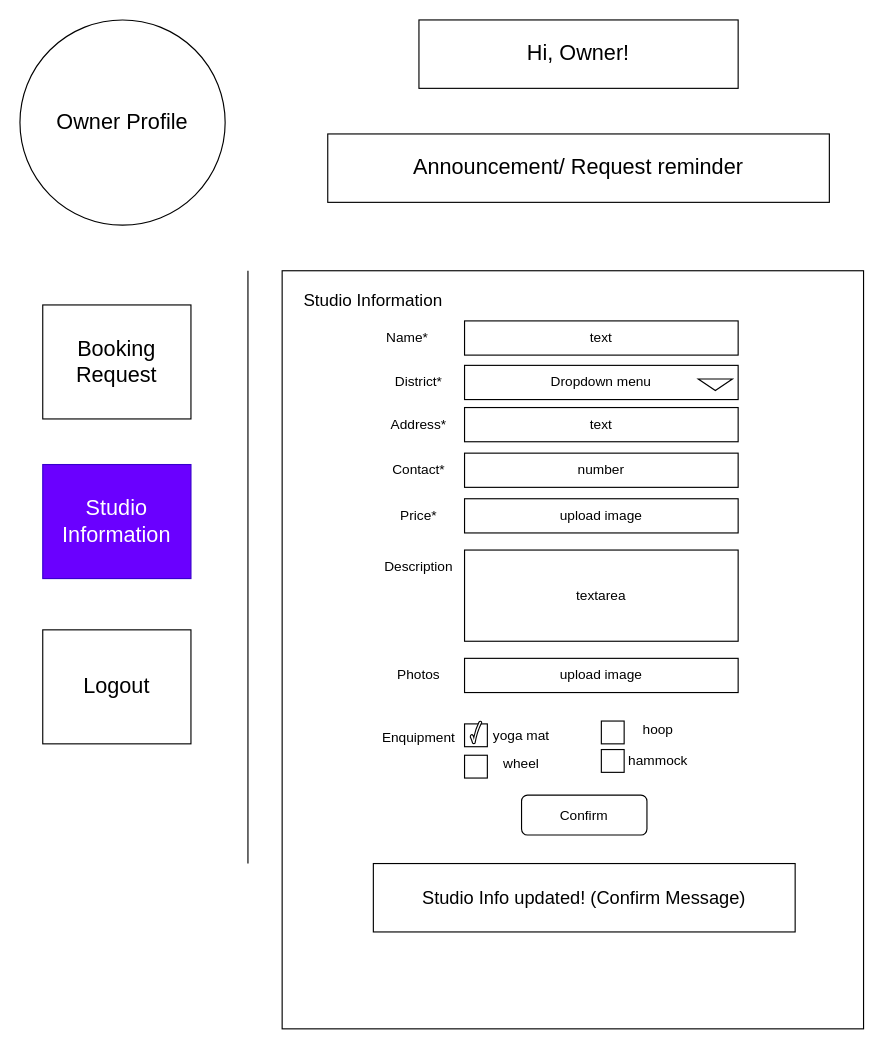
Spike-forward/hk-sma-m4-project-23-04 keeps this draw.io diagram as page "Studio Owner Panel (Studio Info)" (5 of 7) of wireframe.drawio. Above is the earlier version. Source tidied: cells renumbered, new cells numbered last; positions are measured from the earlier drawing's top-left corner, leaving out a move shared by most shapes. Both pictures are drawn from the tidied source at 114%, with x=0, y=0 at pixel (19, 19).
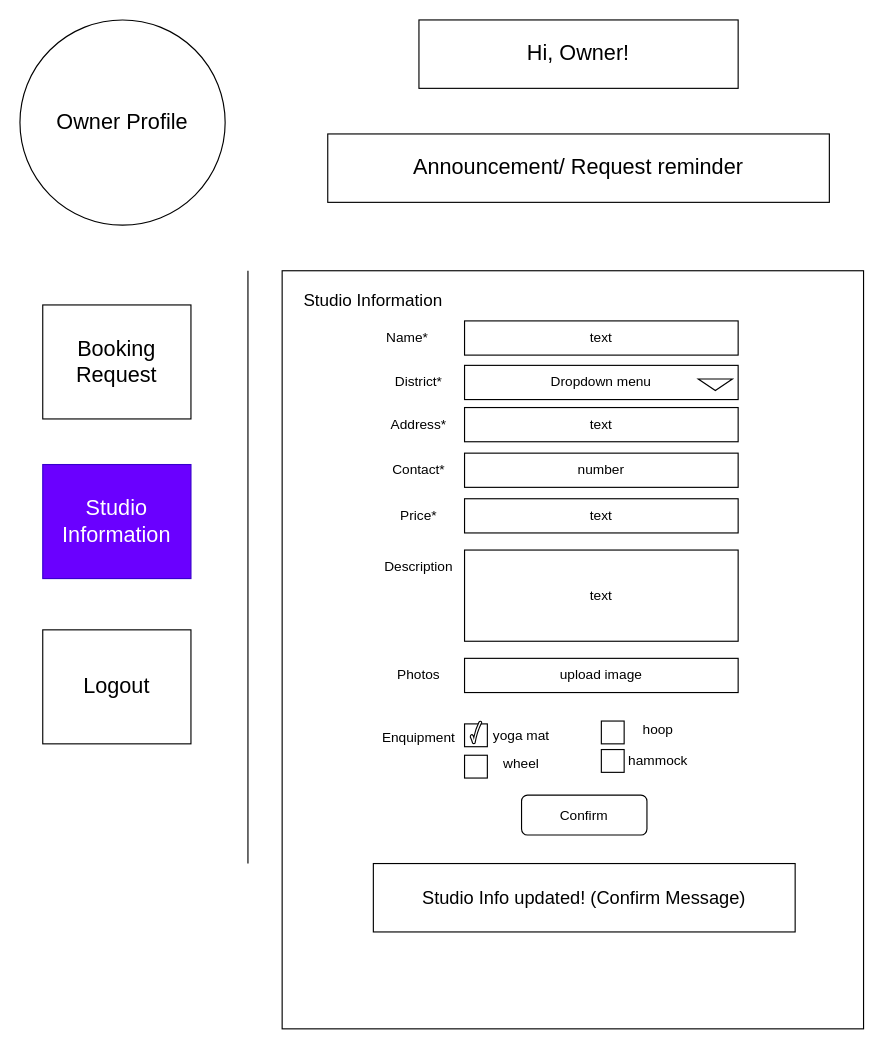
Above is the later version.

What changed in the source:
```diff
@@
-    <mxCell id="17" value="upload image" style="rounded=0;whiteSpace=wrap;html=1;" parent="1" vertex="1">
+    <mxCell id="17" value="text" style="rounded=0;whiteSpace=wrap;html=1;" parent="1" vertex="1">
       <mxGeometry x="390" y="420" width="240" height="30" as="geometry" />
     </mxCell>
@@
-    <mxCell id="19" value="textarea" style="rounded=0;whiteSpace=wrap;html=1;" parent="1" vertex="1">
+    <mxCell id="19" value="text" style="rounded=0;whiteSpace=wrap;html=1;" parent="1" vertex="1">
       <mxGeometry x="390" y="465" width="240" height="80" as="geometry" />
     </mxCell>
```
